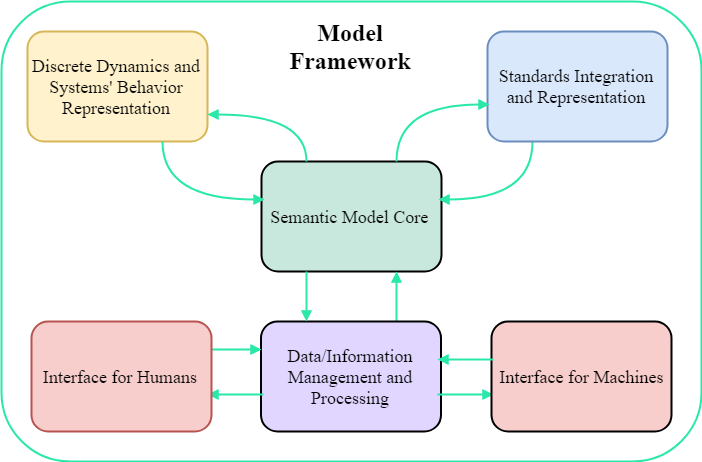
This is images/Framework.png from sagilar/Automation-I4.0-Ontology, a draw.io export, as it was before one commit. Source tidied: cells renumbered, new cells last; positions are measured from the earlier drawing's top-left corner, leaving out a move shared by most shapes. The source it was exported from:
```xml
<mxGraphModel>
  <root>
    <mxCell id="0" />
    <mxCell id="1" parent="0" />
    <mxCell id="2" style="rounded=1;whiteSpace=wrap;html=1;glass=0;comic=0;labelBackgroundColor=#ffffff;strokeColor=#2AE8A9;strokeWidth=2;fillColor=#FFFFFF;gradientColor=none;fontFamily=Times New Roman;fontSize=14;" parent="1" vertex="1">
      <mxGeometry width="700" height="460" as="geometry" />
    </mxCell>
    <mxCell id="3" style="group;fontFamily=Times New Roman;fontSize=18;" parent="1" vertex="1">
      <mxGeometry x="260" y="160" width="180" height="110" as="geometry" />
    </mxCell>
    <mxCell id="4" style="rounded=1;whiteSpace=wrap;html=1;glass=0;comic=0;labelBackgroundColor=#ffffff;strokeColor=#000000;strokeWidth=2;fillColor=#C8E8DE;fontFamily=Times New Roman;fontSize=18;" parent="3" vertex="1">
      <mxGeometry width="180" height="110" as="geometry" />
    </mxCell>
    <mxCell id="5" value="&lt;font style=&quot;font-size: 18px;&quot;&gt;Semantic Model Core&amp;nbsp;&lt;br style=&quot;font-size: 18px;&quot;&gt;&lt;/font&gt;" style="text;html=1;strokeColor=none;fillColor=none;align=center;verticalAlign=middle;whiteSpace=wrap;rounded=0;glass=0;comic=0;labelBackgroundColor=none;fontFamily=Times New Roman;fontSize=18;" parent="3" vertex="1">
      <mxGeometry x="3" y="20" width="174" height="70" as="geometry" />
    </mxCell>
    <mxCell id="6" style="group;fontFamily=Times New Roman;fontSize=18;" parent="1" vertex="1">
      <mxGeometry x="26" y="30" width="180" height="110" as="geometry" />
    </mxCell>
    <mxCell id="7" style="rounded=1;whiteSpace=wrap;html=1;glass=0;comic=0;labelBackgroundColor=#ffffff;strokeColor=#d6b656;strokeWidth=2;fillColor=#fff2cc;fontFamily=Times New Roman;fontSize=18;" parent="6" vertex="1">
      <mxGeometry width="180" height="110" as="geometry" />
    </mxCell>
    <mxCell id="8" value="Discrete Dynamics and Systems' Behavior Representation" style="text;html=1;strokeColor=none;fillColor=none;align=center;verticalAlign=middle;whiteSpace=wrap;rounded=0;glass=0;comic=0;labelBackgroundColor=none;fontFamily=Times New Roman;fontSize=18;" parent="6" vertex="1">
      <mxGeometry x="2" y="20" width="174" height="70" as="geometry" />
    </mxCell>
    <mxCell id="9" style="group;fontFamily=Times New Roman;fontSize=18;" parent="1" vertex="1">
      <mxGeometry x="480" y="310" width="180" height="110" as="geometry" />
    </mxCell>
    <mxCell id="10" style="edgeStyle=orthogonalEdgeStyle;curved=1;comic=0;jumpStyle=arc;jumpSize=10;html=1;exitX=0.25;exitY=1;entryX=1;entryY=0.25;startArrow=none;startFill=0;endArrow=block;endFill=1;jettySize=auto;strokeColor=#2AE8A9;strokeWidth=2;fontFamily=Times New Roman;fontSize=18;" parent="1" edge="1" source="11" target="5">
      <mxGeometry relative="1" as="geometry" />
    </mxCell>
    <mxCell id="11" style="rounded=1;whiteSpace=wrap;html=1;glass=0;comic=0;labelBackgroundColor=#ffffff;strokeColor=#6c8ebf;strokeWidth=2;fillColor=#dae8fc;fontFamily=Times New Roman;fontSize=18;" parent="1" vertex="1">
      <mxGeometry x="486" y="30" width="180" height="110" as="geometry" />
    </mxCell>
    <mxCell id="12" value="Standards Integration and Representation" style="text;html=1;strokeColor=none;fillColor=none;align=center;verticalAlign=middle;whiteSpace=wrap;rounded=0;glass=0;comic=0;labelBackgroundColor=none;fontFamily=Times New Roman;fontSize=18;" parent="1" vertex="1">
      <mxGeometry x="488" y="50" width="174" height="70" as="geometry" />
    </mxCell>
    <mxCell id="13" style="edgeStyle=none;comic=0;jumpStyle=arc;jumpSize=10;html=1;exitX=0.75;exitY=0;entryX=0.75;entryY=1;startArrow=none;startFill=0;endArrow=block;endFill=1;jettySize=auto;strokeColor=#2AE8A9;strokeWidth=2;fontFamily=Times New Roman;fontSize=18;" parent="1" edge="1" source="14" target="4">
      <mxGeometry relative="1" as="geometry" />
    </mxCell>
    <mxCell id="14" style="rounded=1;whiteSpace=wrap;html=1;glass=0;comic=0;labelBackgroundColor=#ffffff;strokeColor=#000000;strokeWidth=2;fillColor=#E0D6FF;fontFamily=Times New Roman;fontSize=18;gradientColor=none;" parent="1" vertex="1">
      <mxGeometry x="259.5" y="320" width="180" height="110" as="geometry" />
    </mxCell>
    <mxCell id="15" style="edgeStyle=none;comic=0;jumpStyle=arc;jumpSize=10;html=1;exitX=0;exitY=0.75;entryX=1;entryY=0.75;startArrow=none;startFill=0;endArrow=block;endFill=1;jettySize=auto;strokeColor=#2AE8A9;strokeWidth=2;fontFamily=Times New Roman;fontSize=18;" parent="1" edge="1" source="17" target="23">
      <mxGeometry relative="1" as="geometry" />
    </mxCell>
    <mxCell id="16" style="edgeStyle=none;comic=0;jumpStyle=arc;jumpSize=10;html=1;exitX=1;exitY=0.75;entryX=0;entryY=0.75;startArrow=none;startFill=0;endArrow=block;endFill=1;jettySize=auto;strokeColor=#2AE8A9;strokeWidth=2;fontFamily=Times New Roman;fontSize=18;" parent="1" edge="1" source="17" target="20">
      <mxGeometry relative="1" as="geometry" />
    </mxCell>
    <mxCell id="17" value="Data/Information Management and Processing" style="text;html=1;strokeColor=none;fillColor=none;align=center;verticalAlign=middle;whiteSpace=wrap;rounded=0;glass=0;comic=0;labelBackgroundColor=none;fontFamily=Times New Roman;fontSize=18;" parent="1" vertex="1">
      <mxGeometry x="261.5" y="340" width="174" height="70" as="geometry" />
    </mxCell>
    <mxCell id="18" style="rounded=1;whiteSpace=wrap;html=1;glass=0;comic=0;labelBackgroundColor=#ffffff;strokeColor=#000000;strokeWidth=2;fillColor=#F8CECC;fontFamily=Times New Roman;fontSize=18;" parent="1" vertex="1">
      <mxGeometry x="490" y="320" width="180" height="110" as="geometry" />
    </mxCell>
    <mxCell id="19" style="edgeStyle=none;comic=0;jumpStyle=arc;jumpSize=10;html=1;exitX=0;exitY=0.25;entryX=1;entryY=0.25;startArrow=none;startFill=0;endArrow=block;endFill=1;jettySize=auto;strokeColor=#2AE8A9;strokeWidth=2;fontFamily=Times New Roman;fontSize=18;" parent="1" edge="1" source="20" target="17">
      <mxGeometry relative="1" as="geometry" />
    </mxCell>
    <mxCell id="20" value="Interface for Machines" style="text;html=1;strokeColor=none;fillColor=none;align=center;verticalAlign=middle;whiteSpace=wrap;rounded=0;glass=0;comic=0;labelBackgroundColor=none;fontFamily=Times New Roman;fontSize=18;" parent="1" vertex="1">
      <mxGeometry x="492" y="340" width="174" height="70" as="geometry" />
    </mxCell>
    <mxCell id="21" style="edgeStyle=none;comic=0;jumpStyle=arc;jumpSize=10;html=1;exitX=1;exitY=0.25;entryX=0.371;entryY=0.757;entryPerimeter=0;startArrow=none;startFill=0;endArrow=block;endFill=1;jettySize=auto;strokeColor=#2AE8A9;strokeWidth=2;fontFamily=Times New Roman;fontSize=18;" parent="1" edge="1" source="22" target="2">
      <mxGeometry relative="1" as="geometry" />
    </mxCell>
    <mxCell id="22" style="rounded=1;whiteSpace=wrap;html=1;glass=0;comic=0;labelBackgroundColor=#ffffff;strokeColor=#b85450;strokeWidth=2;fillColor=#f8cecc;fontFamily=Times New Roman;fontSize=18;" parent="1" vertex="1">
      <mxGeometry x="30" y="320" width="180" height="110" as="geometry" />
    </mxCell>
    <mxCell id="23" value="Interface for Humans" style="text;html=1;strokeColor=none;fillColor=none;align=center;verticalAlign=middle;whiteSpace=wrap;rounded=0;glass=0;comic=0;labelBackgroundColor=none;fontFamily=Times New Roman;fontSize=18;" parent="1" vertex="1">
      <mxGeometry x="32" y="340" width="174" height="70" as="geometry" />
    </mxCell>
    <mxCell id="24" style="edgeStyle=orthogonalEdgeStyle;comic=0;jumpStyle=arc;jumpSize=10;html=1;exitX=0.25;exitY=0;entryX=1;entryY=0.75;startArrow=none;startFill=0;endArrow=block;endFill=1;jettySize=auto;strokeColor=#2AE8A9;strokeWidth=2;fontFamily=Times New Roman;fontSize=18;curved=1;" parent="1" edge="1" source="4" target="7">
      <mxGeometry relative="1" as="geometry" />
    </mxCell>
    <mxCell id="25" style="edgeStyle=orthogonalEdgeStyle;curved=1;comic=0;jumpStyle=arc;jumpSize=10;html=1;exitX=0.75;exitY=1;entryX=0;entryY=0.25;startArrow=none;startFill=0;endArrow=block;endFill=1;jettySize=auto;strokeColor=#2AE8A9;strokeWidth=2;fontFamily=Times New Roman;fontSize=18;" parent="1" edge="1" source="7" target="5">
      <mxGeometry relative="1" as="geometry" />
    </mxCell>
    <mxCell id="26" style="edgeStyle=orthogonalEdgeStyle;curved=1;comic=0;jumpStyle=arc;jumpSize=10;html=1;exitX=0.75;exitY=0;entryX=0;entryY=0.75;startArrow=none;startFill=0;endArrow=block;endFill=1;jettySize=auto;strokeColor=#2AE8A9;strokeWidth=2;fontFamily=Times New Roman;fontSize=18;" parent="1" edge="1" source="4" target="12">
      <mxGeometry relative="1" as="geometry" />
    </mxCell>
    <mxCell id="27" style="comic=0;jumpStyle=arc;jumpSize=10;html=1;exitX=0.25;exitY=1;startArrow=none;startFill=0;endArrow=block;endFill=1;jettySize=auto;strokeColor=#2AE8A9;strokeWidth=2;fontFamily=Times New Roman;fontSize=18;entryX=0.25;entryY=0;" parent="1" edge="1" source="4" target="14">
      <mxGeometry relative="1" as="geometry" />
    </mxCell>
    <mxCell id="28" value="Model Framework" style="text;html=1;strokeColor=none;fillColor=none;align=center;verticalAlign=middle;whiteSpace=wrap;rounded=0;glass=0;comic=0;labelBackgroundColor=none;fontFamily=Times New Roman;fontSize=24;fontStyle=1;" parent="1" vertex="1">
      <mxGeometry x="263.5" y="10" width="170" height="70" as="geometry" />
    </mxCell>
  </root>
</mxGraphModel>
```
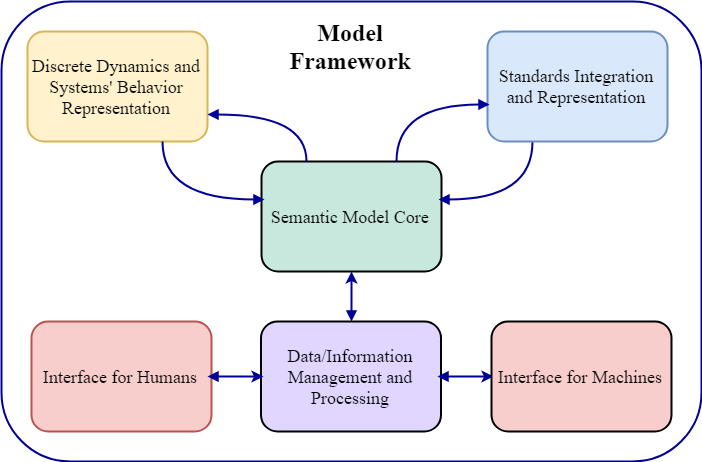
Above is the later version.

The edit, as a diff of the source:
```diff
@@ -2,7 +2,7 @@
   <root>
     <mxCell id="0" />
     <mxCell id="1" parent="0" />
-    <mxCell id="2" style="rounded=1;whiteSpace=wrap;html=1;glass=0;comic=0;labelBackgroundColor=#ffffff;strokeColor=#2AE8A9;strokeWidth=2;fillColor=#FFFFFF;gradientColor=none;fontFamily=Times New Roman;fontSize=14;" parent="1" vertex="1">
+    <mxCell id="2" style="rounded=1;whiteSpace=wrap;html=1;glass=0;comic=0;labelBackgroundColor=#ffffff;strokeColor=#000099;strokeWidth=2;fillColor=#FFFFFF;gradientColor=none;fontFamily=Times New Roman;fontSize=14;" parent="1" vertex="1">
       <mxGeometry width="700" height="460" as="geometry" />
     </mxCell>
     <mxCell id="3" style="group;fontFamily=Times New Roman;fontSize=18;" parent="1" vertex="1">
@@ -26,7 +26,7 @@
     <mxCell id="9" style="group;fontFamily=Times New Roman;fontSize=18;" parent="1" vertex="1">
       <mxGeometry x="480" y="310" width="180" height="110" as="geometry" />
     </mxCell>
-    <mxCell id="10" style="edgeStyle=orthogonalEdgeStyle;curved=1;comic=0;jumpStyle=arc;jumpSize=10;html=1;exitX=0.25;exitY=1;entryX=1;entryY=0.25;startArrow=none;startFill=0;endArrow=block;endFill=1;jettySize=auto;strokeColor=#2AE8A9;strokeWidth=2;fontFamily=Times New Roman;fontSize=18;" parent="1" edge="1" source="11" target="5">
+    <mxCell id="10" style="edgeStyle=orthogonalEdgeStyle;curved=1;comic=0;jumpStyle=arc;jumpSize=10;html=1;exitX=0.25;exitY=1;entryX=1;entryY=0.25;startArrow=none;startFill=0;endArrow=block;endFill=1;jettySize=auto;strokeColor=#000099;strokeWidth=2;fontFamily=Times New Roman;fontSize=18;" parent="1" edge="1" source="11" target="5">
       <mxGeometry relative="1" as="geometry" />
     </mxCell>
     <mxCell id="11" style="rounded=1;whiteSpace=wrap;html=1;glass=0;comic=0;labelBackgroundColor=#ffffff;strokeColor=#6c8ebf;strokeWidth=2;fillColor=#dae8fc;fontFamily=Times New Roman;fontSize=18;" parent="1" vertex="1">
@@ -35,16 +35,13 @@
     <mxCell id="12" value="Standards Integration and Representation" style="text;html=1;strokeColor=none;fillColor=none;align=center;verticalAlign=middle;whiteSpace=wrap;rounded=0;glass=0;comic=0;labelBackgroundColor=none;fontFamily=Times New Roman;fontSize=18;" parent="1" vertex="1">
       <mxGeometry x="488" y="50" width="174" height="70" as="geometry" />
     </mxCell>
-    <mxCell id="13" style="edgeStyle=none;comic=0;jumpStyle=arc;jumpSize=10;html=1;exitX=0.75;exitY=0;entryX=0.75;entryY=1;startArrow=none;startFill=0;endArrow=block;endFill=1;jettySize=auto;strokeColor=#2AE8A9;strokeWidth=2;fontFamily=Times New Roman;fontSize=18;" parent="1" edge="1" source="14" target="4">
+    <mxCell id="13" style="edgeStyle=orthogonalEdgeStyle;rounded=0;jettySize=auto;html=1;exitX=0.5;exitY=0;exitDx=0;exitDy=0;entryX=0.5;entryY=1;entryDx=0;entryDy=0;strokeColor=#000099;startArrow=block;startFill=1;strokeWidth=2;" parent="1" edge="1" source="14" target="4">
       <mxGeometry relative="1" as="geometry" />
     </mxCell>
     <mxCell id="14" style="rounded=1;whiteSpace=wrap;html=1;glass=0;comic=0;labelBackgroundColor=#ffffff;strokeColor=#000000;strokeWidth=2;fillColor=#E0D6FF;fontFamily=Times New Roman;fontSize=18;gradientColor=none;" parent="1" vertex="1">
       <mxGeometry x="259.5" y="320" width="180" height="110" as="geometry" />
     </mxCell>
-    <mxCell id="15" style="edgeStyle=none;comic=0;jumpStyle=arc;jumpSize=10;html=1;exitX=0;exitY=0.75;entryX=1;entryY=0.75;startArrow=none;startFill=0;endArrow=block;endFill=1;jettySize=auto;strokeColor=#2AE8A9;strokeWidth=2;fontFamily=Times New Roman;fontSize=18;" parent="1" edge="1" source="17" target="23">
-      <mxGeometry relative="1" as="geometry" />
-    </mxCell>
-    <mxCell id="16" style="edgeStyle=none;comic=0;jumpStyle=arc;jumpSize=10;html=1;exitX=1;exitY=0.75;entryX=0;entryY=0.75;startArrow=none;startFill=0;endArrow=block;endFill=1;jettySize=auto;strokeColor=#2AE8A9;strokeWidth=2;fontFamily=Times New Roman;fontSize=18;" parent="1" edge="1" source="17" target="20">
+    <mxCell id="16" style="edgeStyle=orthogonalEdgeStyle;rounded=0;jettySize=auto;html=1;exitX=1;exitY=0.5;exitDx=0;exitDy=0;entryX=0;entryY=0.5;entryDx=0;entryDy=0;startArrow=block;startFill=1;strokeColor=#000099;strokeWidth=2;" parent="1" edge="1" source="17" target="20">
       <mxGeometry relative="1" as="geometry" />
     </mxCell>
     <mxCell id="17" value="Data/Information Management and Processing" style="text;html=1;strokeColor=none;fillColor=none;align=center;verticalAlign=middle;whiteSpace=wrap;rounded=0;glass=0;comic=0;labelBackgroundColor=none;fontFamily=Times New Roman;fontSize=18;" parent="1" vertex="1">
@@ -53,33 +50,27 @@
     <mxCell id="18" style="rounded=1;whiteSpace=wrap;html=1;glass=0;comic=0;labelBackgroundColor=#ffffff;strokeColor=#000000;strokeWidth=2;fillColor=#F8CECC;fontFamily=Times New Roman;fontSize=18;" parent="1" vertex="1">
       <mxGeometry x="490" y="320" width="180" height="110" as="geometry" />
     </mxCell>
-    <mxCell id="19" style="edgeStyle=none;comic=0;jumpStyle=arc;jumpSize=10;html=1;exitX=0;exitY=0.25;entryX=1;entryY=0.25;startArrow=none;startFill=0;endArrow=block;endFill=1;jettySize=auto;strokeColor=#2AE8A9;strokeWidth=2;fontFamily=Times New Roman;fontSize=18;" parent="1" edge="1" source="20" target="17">
-      <mxGeometry relative="1" as="geometry" />
-    </mxCell>
     <mxCell id="20" value="Interface for Machines" style="text;html=1;strokeColor=none;fillColor=none;align=center;verticalAlign=middle;whiteSpace=wrap;rounded=0;glass=0;comic=0;labelBackgroundColor=none;fontFamily=Times New Roman;fontSize=18;" parent="1" vertex="1">
       <mxGeometry x="492" y="340" width="174" height="70" as="geometry" />
     </mxCell>
-    <mxCell id="21" style="edgeStyle=none;comic=0;jumpStyle=arc;jumpSize=10;html=1;exitX=1;exitY=0.25;entryX=0.371;entryY=0.757;entryPerimeter=0;startArrow=none;startFill=0;endArrow=block;endFill=1;jettySize=auto;strokeColor=#2AE8A9;strokeWidth=2;fontFamily=Times New Roman;fontSize=18;" parent="1" edge="1" source="22" target="2">
-      <mxGeometry relative="1" as="geometry" />
-    </mxCell>
     <mxCell id="22" style="rounded=1;whiteSpace=wrap;html=1;glass=0;comic=0;labelBackgroundColor=#ffffff;strokeColor=#b85450;strokeWidth=2;fillColor=#f8cecc;fontFamily=Times New Roman;fontSize=18;" parent="1" vertex="1">
       <mxGeometry x="30" y="320" width="180" height="110" as="geometry" />
     </mxCell>
+    <mxCell id="29" style="edgeStyle=orthogonalEdgeStyle;rounded=0;jettySize=auto;html=1;exitX=1;exitY=0.5;exitDx=0;exitDy=0;entryX=0;entryY=0.5;entryDx=0;entryDy=0;startArrow=block;startFill=1;strokeColor=#000099;strokeWidth=2;" parent="1" edge="1" source="23" target="17">
+      <mxGeometry relative="1" as="geometry" />
+    </mxCell>
     <mxCell id="23" value="Interface for Humans" style="text;html=1;strokeColor=none;fillColor=none;align=center;verticalAlign=middle;whiteSpace=wrap;rounded=0;glass=0;comic=0;labelBackgroundColor=none;fontFamily=Times New Roman;fontSize=18;" parent="1" vertex="1">
       <mxGeometry x="32" y="340" width="174" height="70" as="geometry" />
     </mxCell>
-    <mxCell id="24" style="edgeStyle=orthogonalEdgeStyle;comic=0;jumpStyle=arc;jumpSize=10;html=1;exitX=0.25;exitY=0;entryX=1;entryY=0.75;startArrow=none;startFill=0;endArrow=block;endFill=1;jettySize=auto;strokeColor=#2AE8A9;strokeWidth=2;fontFamily=Times New Roman;fontSize=18;curved=1;" parent="1" edge="1" source="4" target="7">
+    <mxCell id="24" style="edgeStyle=orthogonalEdgeStyle;comic=0;jumpStyle=arc;jumpSize=10;html=1;exitX=0.25;exitY=0;entryX=1;entryY=0.75;startArrow=none;startFill=0;endArrow=block;endFill=1;jettySize=auto;strokeColor=#000099;strokeWidth=2;fontFamily=Times New Roman;fontSize=18;curved=1;" parent="1" edge="1" source="4" target="7">
       <mxGeometry relative="1" as="geometry" />
     </mxCell>
-    <mxCell id="25" style="edgeStyle=orthogonalEdgeStyle;curved=1;comic=0;jumpStyle=arc;jumpSize=10;html=1;exitX=0.75;exitY=1;entryX=0;entryY=0.25;startArrow=none;startFill=0;endArrow=block;endFill=1;jettySize=auto;strokeColor=#2AE8A9;strokeWidth=2;fontFamily=Times New Roman;fontSize=18;" parent="1" edge="1" source="7" target="5">
+    <mxCell id="25" style="edgeStyle=orthogonalEdgeStyle;curved=1;comic=0;jumpStyle=arc;jumpSize=10;html=1;exitX=0.75;exitY=1;entryX=0;entryY=0.25;startArrow=none;startFill=0;endArrow=block;endFill=1;jettySize=auto;strokeColor=#000099;strokeWidth=2;fontFamily=Times New Roman;fontSize=18;" parent="1" edge="1" source="7" target="5">
       <mxGeometry relative="1" as="geometry" />
     </mxCell>
-    <mxCell id="26" style="edgeStyle=orthogonalEdgeStyle;curved=1;comic=0;jumpStyle=arc;jumpSize=10;html=1;exitX=0.75;exitY=0;entryX=0;entryY=0.75;startArrow=none;startFill=0;endArrow=block;endFill=1;jettySize=auto;strokeColor=#2AE8A9;strokeWidth=2;fontFamily=Times New Roman;fontSize=18;" parent="1" edge="1" source="4" target="12">
+    <mxCell id="26" style="edgeStyle=orthogonalEdgeStyle;curved=1;comic=0;jumpStyle=arc;jumpSize=10;html=1;exitX=0.75;exitY=0;entryX=0;entryY=0.75;startArrow=none;startFill=0;endArrow=block;endFill=1;jettySize=auto;strokeColor=#000099;strokeWidth=2;fontFamily=Times New Roman;fontSize=18;" parent="1" edge="1" source="4" target="12">
       <mxGeometry relative="1" as="geometry" />
     </mxCell>
-    <mxCell id="27" style="comic=0;jumpStyle=arc;jumpSize=10;html=1;exitX=0.25;exitY=1;startArrow=none;startFill=0;endArrow=block;endFill=1;jettySize=auto;strokeColor=#2AE8A9;strokeWidth=2;fontFamily=Times New Roman;fontSize=18;entryX=0.25;entryY=0;" parent="1" edge="1" source="4" target="14">
-      <mxGeometry relative="1" as="geometry" />
-    </mxCell>
     <mxCell id="28" value="Model Framework" style="text;html=1;strokeColor=none;fillColor=none;align=center;verticalAlign=middle;whiteSpace=wrap;rounded=0;glass=0;comic=0;labelBackgroundColor=none;fontFamily=Times New Roman;fontSize=24;fontStyle=1;" parent="1" vertex="1">
       <mxGeometry x="263.5" y="10" width="170" height="70" as="geometry" />
     </mxCell>
```
